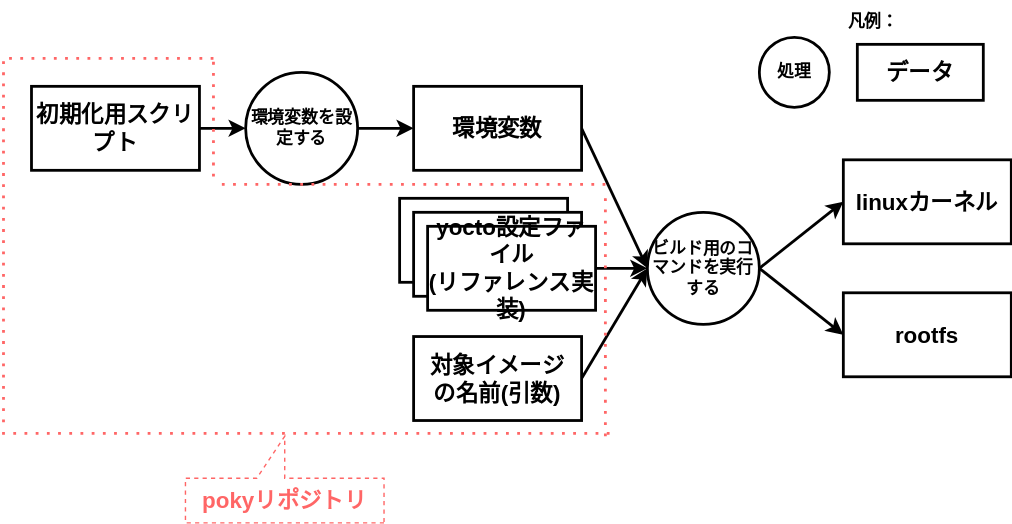
The draw.io diagram manual/docs/level-1/images/inout_poky.drawio.svg in AngryMane/yocto-learning, before a commit. Source tidied: cells renumbered, new cells last; positions are measured from the earlier drawing's top-left corner, leaving out a move shared by most shapes. Its diagram source:
```xml
<mxGraphModel>
  <root>
    <mxCell id="0" />
    <mxCell id="1" parent="0" />
    <mxCell id="2" value="凡例：" style="rounded=1;whiteSpace=wrap;html=1;strokeWidth=2;fillColor=none;strokeColor=#FFFFFF;fontStyle=1;verticalAlign=top;" parent="1" vertex="1">
      <mxGeometry x="524" width="197" height="85" as="geometry" />
    </mxCell>
    <mxCell id="3" style="edgeStyle=none;html=1;exitX=1;exitY=0.5;exitDx=0;exitDy=0;entryX=0;entryY=0.5;entryDx=0;entryDy=0;fontStyle=1;strokeWidth=2;" parent="1" edge="1" source="5" target="28">
      <mxGeometry relative="1" as="geometry" />
    </mxCell>
    <mxCell id="4" style="edgeStyle=none;html=1;exitX=1;exitY=0.5;exitDx=0;exitDy=0;entryX=0;entryY=0.5;entryDx=0;entryDy=0;fontStyle=1;strokeWidth=2;" parent="1" edge="1" source="5" target="29">
      <mxGeometry relative="1" as="geometry" />
    </mxCell>
    <mxCell id="5" value="ビルド用のコマンドを実行する" style="ellipse;whiteSpace=wrap;html=1;flipH=1;fontStyle=1;strokeWidth=2;" parent="1" vertex="1">
      <mxGeometry x="461" y="150" width="80" height="80" as="geometry" />
    </mxCell>
    <mxCell id="6" style="group;flipH=1;fontStyle=1;strokeWidth=2;" parent="1" vertex="1">
      <mxGeometry x="284" y="140" width="150" height="170" as="geometry" />
    </mxCell>
    <mxCell id="7" value="poky" style="rounded=0;whiteSpace=wrap;html=1;fontSize=16;fontStyle=1;strokeWidth=2;" parent="6" vertex="1">
      <mxGeometry width="120" height="60" as="geometry" />
    </mxCell>
    <mxCell id="8" value="poky" style="rounded=0;whiteSpace=wrap;html=1;fontSize=16;fontStyle=1;strokeWidth=2;" parent="6" vertex="1">
      <mxGeometry x="10" y="10" width="120" height="60" as="geometry" />
    </mxCell>
    <mxCell id="9" value="yocto設定ファイル&lt;br&gt;(リファレンス実装)" style="rounded=0;whiteSpace=wrap;html=1;fontSize=16;fontStyle=1;strokeWidth=2;" parent="6" vertex="1">
      <mxGeometry x="20" y="20" width="120" height="60" as="geometry" />
    </mxCell>
    <mxCell id="10" style="edgeStyle=none;html=1;exitX=1;exitY=0.5;exitDx=0;exitDy=0;entryX=0;entryY=0.5;entryDx=0;entryDy=0;fontStyle=1;strokeWidth=2;" parent="1" edge="1" source="9" target="5">
      <mxGeometry relative="1" as="geometry" />
    </mxCell>
    <mxCell id="11" value="処理" style="ellipse;whiteSpace=wrap;html=1;flipH=1;fontStyle=1;strokeWidth=2;" parent="1" vertex="1">
      <mxGeometry x="541" y="25" width="50" height="50" as="geometry" />
    </mxCell>
    <mxCell id="12" value="データ" style="rounded=0;whiteSpace=wrap;html=1;fontSize=16;fontStyle=1;strokeWidth=2;" parent="1" vertex="1">
      <mxGeometry x="611" y="30" width="90" height="40" as="geometry" />
    </mxCell>
    <mxCell id="13" style="edgeStyle=none;html=1;exitX=1;exitY=0.5;exitDx=0;exitDy=0;entryX=0;entryY=0.5;entryDx=0;entryDy=0;strokeWidth=2;" parent="1" edge="1" source="14" target="5">
      <mxGeometry relative="1" as="geometry" />
    </mxCell>
    <mxCell id="14" value="対象イメージ&lt;br&gt;の名前(引数)" style="rounded=0;whiteSpace=wrap;html=1;fontSize=16;fontStyle=1;strokeWidth=2;" parent="1" vertex="1">
      <mxGeometry x="294" y="238.8" width="120" height="60" as="geometry" />
    </mxCell>
    <mxCell id="15" style="edgeStyle=none;html=1;exitX=1;exitY=0.5;exitDx=0;exitDy=0;entryX=0;entryY=0.5;entryDx=0;entryDy=0;strokeWidth=2;" parent="1" edge="1" source="16" target="5">
      <mxGeometry relative="1" as="geometry" />
    </mxCell>
    <mxCell id="16" value="環境変数" style="rounded=0;whiteSpace=wrap;html=1;fontSize=16;fontStyle=1;strokeWidth=2;" parent="1" vertex="1">
      <mxGeometry x="294" y="60" width="120" height="60" as="geometry" />
    </mxCell>
    <mxCell id="17" style="edgeStyle=none;html=1;exitX=1;exitY=0.5;exitDx=0;exitDy=0;entryX=0;entryY=0.5;entryDx=0;entryDy=0;strokeWidth=2;" parent="1" edge="1" source="18" target="20">
      <mxGeometry relative="1" as="geometry" />
    </mxCell>
    <mxCell id="18" value="初期化用スクリプト" style="rounded=0;whiteSpace=wrap;html=1;fontSize=16;fontStyle=1;strokeWidth=2;" parent="1" vertex="1">
      <mxGeometry x="21" y="60" width="120" height="60" as="geometry" />
    </mxCell>
    <mxCell id="19" style="edgeStyle=none;html=1;exitX=1;exitY=0.5;exitDx=0;exitDy=0;strokeWidth=2;" parent="1" edge="1" source="20" target="16">
      <mxGeometry relative="1" as="geometry" />
    </mxCell>
    <mxCell id="20" value="環境変数を設定する" style="ellipse;whiteSpace=wrap;html=1;flipH=1;fontStyle=1;strokeWidth=2;" parent="1" vertex="1">
      <mxGeometry x="174" y="50" width="80" height="80" as="geometry" />
    </mxCell>
    <mxCell id="21" style="endArrow=none;dashed=1;html=1;dashPattern=1 3;strokeWidth=2;strokeColor=#FF6666;" parent="1" edge="1">
      <mxGeometry relative="1" as="geometry">
        <mxPoint x="1" y="300" as="sourcePoint" />
        <mxPoint x="1" y="40" as="targetPoint" />
      </mxGeometry>
    </mxCell>
    <mxCell id="22" style="endArrow=none;dashed=1;html=1;dashPattern=1 3;strokeWidth=2;strokeColor=#FF6666;" parent="1" edge="1">
      <mxGeometry relative="1" as="geometry">
        <mxPoint x="151" y="40" as="sourcePoint" />
        <mxPoint x="1" y="40" as="targetPoint" />
      </mxGeometry>
    </mxCell>
    <mxCell id="23" style="endArrow=none;dashed=1;html=1;dashPattern=1 3;strokeWidth=2;strokeColor=#FF6666;" parent="1" edge="1">
      <mxGeometry relative="1" as="geometry">
        <mxPoint x="151" y="42.5" as="sourcePoint" />
        <mxPoint x="151" y="130" as="targetPoint" />
      </mxGeometry>
    </mxCell>
    <mxCell id="24" style="endArrow=none;dashed=1;html=1;dashPattern=1 3;strokeWidth=2;strokeColor=#FF6666;" parent="1" edge="1">
      <mxGeometry relative="1" as="geometry">
        <mxPoint x="431" y="130" as="sourcePoint" />
        <mxPoint x="151" y="130" as="targetPoint" />
      </mxGeometry>
    </mxCell>
    <mxCell id="25" style="endArrow=none;dashed=1;html=1;dashPattern=1 3;strokeWidth=2;strokeColor=#FF6666;" parent="1" edge="1">
      <mxGeometry relative="1" as="geometry">
        <mxPoint y="308" as="sourcePoint" />
        <mxPoint x="440" y="308" as="targetPoint" />
      </mxGeometry>
    </mxCell>
    <mxCell id="26" style="endArrow=none;dashed=1;html=1;dashPattern=1 3;strokeWidth=2;strokeColor=#FF6666;" parent="1" edge="1">
      <mxGeometry relative="1" as="geometry">
        <mxPoint x="431" y="310" as="sourcePoint" />
        <mxPoint x="431" y="140" as="targetPoint" />
      </mxGeometry>
    </mxCell>
    <mxCell id="27" value="pokyリポジトリ" style="shape=callout;whiteSpace=wrap;html=1;perimeter=calloutPerimeter;dashed=1;strokeWidth=1;fillColor=none;direction=west;strokeColor=#FF6666;fontColor=#FF6666;fontStyle=1;fontSize=16;" parent="1" vertex="1">
      <mxGeometry x="131" y="310" width="141.9" height="61.9" as="geometry" />
    </mxCell>
    <mxCell id="28" value="linuxカーネル" style="rounded=0;whiteSpace=wrap;html=1;fontSize=16;fontStyle=1;strokeWidth=2;" parent="1" vertex="1">
      <mxGeometry x="601" y="112.5" width="120" height="60" as="geometry" />
    </mxCell>
    <mxCell id="29" value="rootfs" style="rounded=0;whiteSpace=wrap;html=1;fontSize=16;fontStyle=1;strokeWidth=2;" parent="1" vertex="1">
      <mxGeometry x="601" y="207.5" width="120" height="60" as="geometry" />
    </mxCell>
  </root>
</mxGraphModel>
```
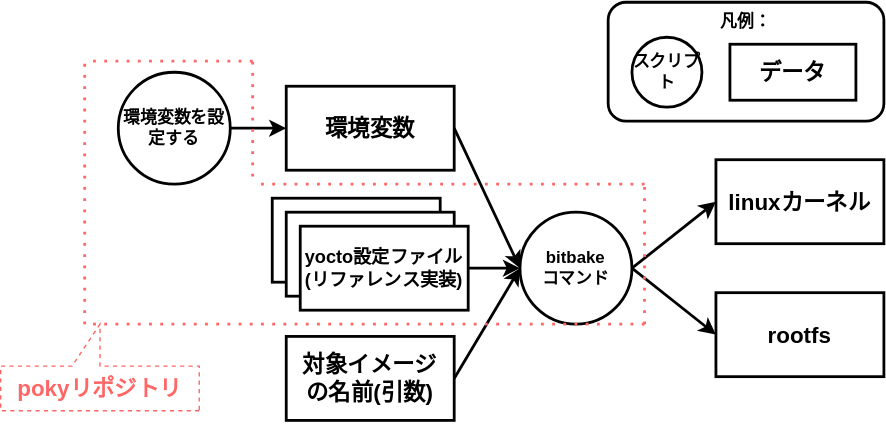
Above is the later version.

The edit, as a diff of the source:
```diff
@@ -2,7 +2,7 @@
   <root>
     <mxCell id="0" />
     <mxCell id="1" parent="0" />
-    <mxCell id="2" value="凡例：" style="rounded=1;whiteSpace=wrap;html=1;strokeWidth=2;fillColor=none;strokeColor=#FFFFFF;fontStyle=1;verticalAlign=top;" parent="1" vertex="1">
+    <mxCell id="2" value="凡例：" style="rounded=1;whiteSpace=wrap;html=1;strokeWidth=2;fillColor=none;strokeColor=#000000;fontStyle=1;verticalAlign=top;" parent="1" vertex="1">
       <mxGeometry x="524" width="197" height="85" as="geometry" />
     </mxCell>
     <mxCell id="3" style="edgeStyle=none;html=1;exitX=1;exitY=0.5;exitDx=0;exitDy=0;entryX=0;entryY=0.5;entryDx=0;entryDy=0;fontStyle=1;strokeWidth=2;" parent="1" edge="1" source="5" target="28">
@@ -11,7 +11,7 @@
     <mxCell id="4" style="edgeStyle=none;html=1;exitX=1;exitY=0.5;exitDx=0;exitDy=0;entryX=0;entryY=0.5;entryDx=0;entryDy=0;fontStyle=1;strokeWidth=2;" parent="1" edge="1" source="5" target="29">
       <mxGeometry relative="1" as="geometry" />
     </mxCell>
-    <mxCell id="5" value="ビルド用のコマンドを実行する" style="ellipse;whiteSpace=wrap;html=1;flipH=1;fontStyle=1;strokeWidth=2;" parent="1" vertex="1">
+    <mxCell id="5" value="bitbake&lt;br&gt;コマンド" style="ellipse;whiteSpace=wrap;html=1;flipH=1;fontStyle=1;strokeWidth=2;" parent="1" vertex="1">
       <mxGeometry x="461" y="150" width="80" height="80" as="geometry" />
     </mxCell>
     <mxCell id="6" style="group;flipH=1;fontStyle=1;strokeWidth=2;" parent="1" vertex="1">
@@ -23,13 +23,13 @@
     <mxCell id="8" value="poky" style="rounded=0;whiteSpace=wrap;html=1;fontSize=16;fontStyle=1;strokeWidth=2;" parent="6" vertex="1">
       <mxGeometry x="10" y="10" width="120" height="60" as="geometry" />
     </mxCell>
-    <mxCell id="9" value="yocto設定ファイル&lt;br&gt;(リファレンス実装)" style="rounded=0;whiteSpace=wrap;html=1;fontSize=16;fontStyle=1;strokeWidth=2;" parent="6" vertex="1">
+    <mxCell id="9" value="yocto設定ファイル&lt;br style=&quot;font-size: 13px;&quot;&gt;(リファレンス実装)" style="rounded=0;whiteSpace=wrap;html=1;fontSize=13;fontStyle=1;strokeWidth=2;" parent="6" vertex="1">
       <mxGeometry x="20" y="20" width="120" height="60" as="geometry" />
     </mxCell>
     <mxCell id="10" style="edgeStyle=none;html=1;exitX=1;exitY=0.5;exitDx=0;exitDy=0;entryX=0;entryY=0.5;entryDx=0;entryDy=0;fontStyle=1;strokeWidth=2;" parent="1" edge="1" source="9" target="5">
       <mxGeometry relative="1" as="geometry" />
     </mxCell>
-    <mxCell id="11" value="処理" style="ellipse;whiteSpace=wrap;html=1;flipH=1;fontStyle=1;strokeWidth=2;" parent="1" vertex="1">
+    <mxCell id="11" value="スクリプト" style="ellipse;whiteSpace=wrap;html=1;flipH=1;fontStyle=1;strokeWidth=2;" parent="1" vertex="1">
       <mxGeometry x="541" y="25" width="50" height="50" as="geometry" />
     </mxCell>
     <mxCell id="12" value="データ" style="rounded=0;whiteSpace=wrap;html=1;fontSize=16;fontStyle=1;strokeWidth=2;" parent="1" vertex="1">
@@ -47,12 +47,6 @@
     <mxCell id="16" value="環境変数" style="rounded=0;whiteSpace=wrap;html=1;fontSize=16;fontStyle=1;strokeWidth=2;" parent="1" vertex="1">
       <mxGeometry x="294" y="60" width="120" height="60" as="geometry" />
     </mxCell>
-    <mxCell id="17" style="edgeStyle=none;html=1;exitX=1;exitY=0.5;exitDx=0;exitDy=0;entryX=0;entryY=0.5;entryDx=0;entryDy=0;strokeWidth=2;" parent="1" edge="1" source="18" target="20">
-      <mxGeometry relative="1" as="geometry" />
-    </mxCell>
-    <mxCell id="18" value="初期化用スクリプト" style="rounded=0;whiteSpace=wrap;html=1;fontSize=16;fontStyle=1;strokeWidth=2;" parent="1" vertex="1">
-      <mxGeometry x="21" y="60" width="120" height="60" as="geometry" />
-    </mxCell>
     <mxCell id="19" style="edgeStyle=none;html=1;exitX=1;exitY=0.5;exitDx=0;exitDy=0;strokeWidth=2;" parent="1" edge="1" source="20" target="16">
       <mxGeometry relative="1" as="geometry" />
     </mxCell>
@@ -61,42 +55,36 @@
     </mxCell>
     <mxCell id="21" style="endArrow=none;dashed=1;html=1;dashPattern=1 3;strokeWidth=2;strokeColor=#FF6666;" parent="1" edge="1">
       <mxGeometry relative="1" as="geometry">
-        <mxPoint x="1" y="300" as="sourcePoint" />
-        <mxPoint x="1" y="40" as="targetPoint" />
+        <mxPoint x="150" y="230" as="sourcePoint" />
+        <mxPoint x="150" y="40" as="targetPoint" />
       </mxGeometry>
     </mxCell>
     <mxCell id="22" style="endArrow=none;dashed=1;html=1;dashPattern=1 3;strokeWidth=2;strokeColor=#FF6666;" parent="1" edge="1">
       <mxGeometry relative="1" as="geometry">
-        <mxPoint x="151" y="40" as="sourcePoint" />
-        <mxPoint x="1" y="40" as="targetPoint" />
+        <mxPoint x="270" y="42" as="sourcePoint" />
+        <mxPoint x="150" y="42" as="targetPoint" />
       </mxGeometry>
     </mxCell>
     <mxCell id="23" style="endArrow=none;dashed=1;html=1;dashPattern=1 3;strokeWidth=2;strokeColor=#FF6666;" parent="1" edge="1">
       <mxGeometry relative="1" as="geometry">
-        <mxPoint x="151" y="42.5" as="sourcePoint" />
-        <mxPoint x="151" y="130" as="targetPoint" />
+        <mxPoint x="270" y="42.5" as="sourcePoint" />
+        <mxPoint x="270" y="130" as="targetPoint" />
       </mxGeometry>
     </mxCell>
     <mxCell id="24" style="endArrow=none;dashed=1;html=1;dashPattern=1 3;strokeWidth=2;strokeColor=#FF6666;" parent="1" edge="1">
       <mxGeometry relative="1" as="geometry">
-        <mxPoint x="431" y="130" as="sourcePoint" />
-        <mxPoint x="151" y="130" as="targetPoint" />
+        <mxPoint x="550" y="130" as="sourcePoint" />
+        <mxPoint x="270" y="130" as="targetPoint" />
       </mxGeometry>
     </mxCell>
-    <mxCell id="25" style="endArrow=none;dashed=1;html=1;dashPattern=1 3;strokeWidth=2;strokeColor=#FF6666;" parent="1" edge="1">
-      <mxGeometry relative="1" as="geometry">
-        <mxPoint y="308" as="sourcePoint" />
-        <mxPoint x="440" y="308" as="targetPoint" />
-      </mxGeometry>
-    </mxCell>
     <mxCell id="26" style="endArrow=none;dashed=1;html=1;dashPattern=1 3;strokeWidth=2;strokeColor=#FF6666;" parent="1" edge="1">
       <mxGeometry relative="1" as="geometry">
-        <mxPoint x="431" y="310" as="sourcePoint" />
-        <mxPoint x="431" y="140" as="targetPoint" />
+        <mxPoint x="550" y="230" as="sourcePoint" />
+        <mxPoint x="550" y="130" as="targetPoint" />
       </mxGeometry>
     </mxCell>
     <mxCell id="27" value="pokyリポジトリ" style="shape=callout;whiteSpace=wrap;html=1;perimeter=calloutPerimeter;dashed=1;strokeWidth=1;fillColor=none;direction=west;strokeColor=#FF6666;fontColor=#FF6666;fontStyle=1;fontSize=16;" parent="1" vertex="1">
-      <mxGeometry x="131" y="310" width="141.9" height="61.9" as="geometry" />
+      <mxGeometry x="90" y="230" width="141.9" height="61.9" as="geometry" />
     </mxCell>
     <mxCell id="28" value="linuxカーネル" style="rounded=0;whiteSpace=wrap;html=1;fontSize=16;fontStyle=1;strokeWidth=2;" parent="1" vertex="1">
       <mxGeometry x="601" y="112.5" width="120" height="60" as="geometry" />
@@ -104,5 +92,11 @@
     <mxCell id="29" value="rootfs" style="rounded=0;whiteSpace=wrap;html=1;fontSize=16;fontStyle=1;strokeWidth=2;" parent="1" vertex="1">
       <mxGeometry x="601" y="207.5" width="120" height="60" as="geometry" />
     </mxCell>
+    <mxCell id="30" style="endArrow=none;dashed=1;html=1;dashPattern=1 3;strokeWidth=2;strokeColor=#FF6666;" parent="1" edge="1">
+      <mxGeometry relative="1" as="geometry">
+        <mxPoint x="550" y="230" as="sourcePoint" />
+        <mxPoint x="150" y="230" as="targetPoint" />
+      </mxGeometry>
+    </mxCell>
   </root>
 </mxGraphModel>
```
